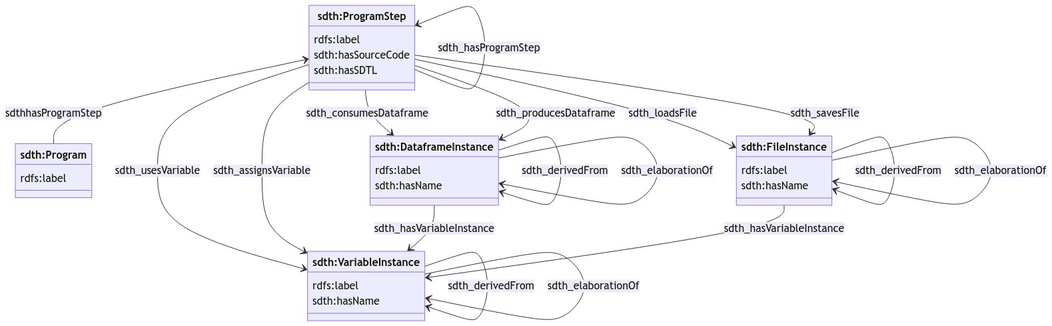
Before: SDTH/doc/assets/sdth_diagram.png, a diagram exported from Mermaid (ddialliance/sdtl). Its source is kept beside it as SDTH/doc/assets/sdth_diagram.mmd. The source it was exported from:
````mermaid
classDiagram

  class Program["sdth:Program"] {
    rdfs:label
  }
  class ProgramStep["sdth:ProgramStep"] {
    rdfs:label
    sdth:hasSourceCode
    sdth:hasSDTL
  }
  class VariableInstance["sdth:VariableInstance"] {
    rdfs:label
    sdth:hasName
  }
  class DataframeInstance["sdth:DataframeInstance"] {
    rdfs:label
    sdth:hasName
  }

class FileInstance["sdth:FileInstance"] {
    rdfs:label
    sdth:hasName
  }


  ProgramStep <-- Program : sdthhasProgramStep
  ProgramStep <-- ProgramStep : sdth_hasProgramStep

  ProgramStep --> VariableInstance : sdth_usesVariable
  ProgramStep --> VariableInstance : sdth_assignsVariable
  ProgramStep --> DataframeInstance : sdth_consumesDataframe
  ProgramStep --> DataframeInstance : sdth_producesDataframe

  ProgramStep --> FileInstance : sdth_loadsFile
  ProgramStep --> FileInstance : sdth_savesFile


  DataframeInstance --> VariableInstance : sdth_hasVariableInstance
  FileInstance --> VariableInstance : sdth_hasVariableInstance


  DataframeInstance --> DataframeInstance : sdth_derivedFrom
  DataframeInstance --> DataframeInstance : sdth_elaborationOf

  FileInstance --> FileInstance : sdth_derivedFrom
  FileInstance --> FileInstance : sdth_elaborationOf
  VariableInstance --> VariableInstance : sdth_derivedFrom
  VariableInstance --> VariableInstance : sdth_elaborationOf

```
````
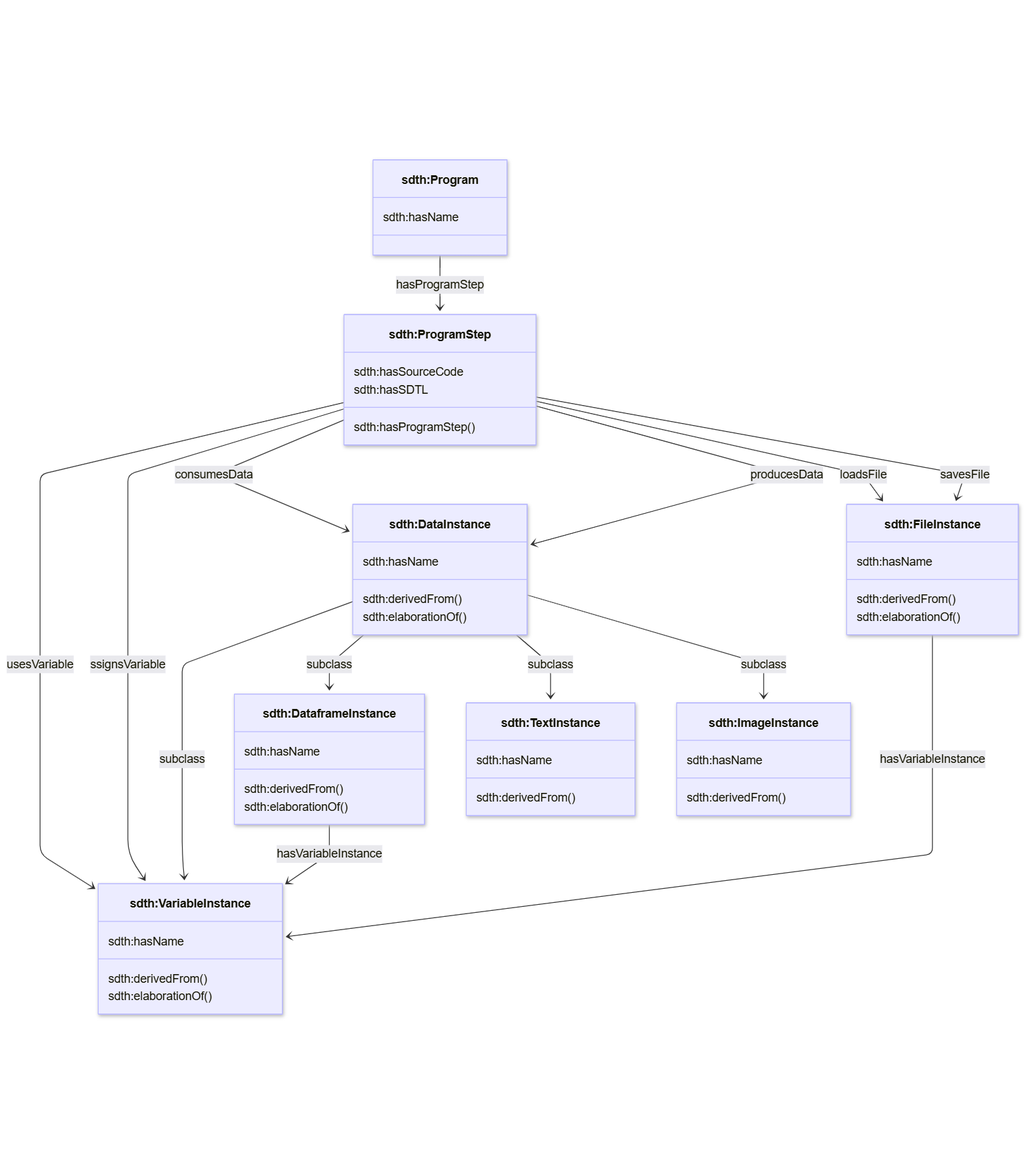
Later version of the same file.

Commit message:
sdth extension

Change to the diagram source:
````diff
@@ -1,50 +1,68 @@
+%%{init: {'theme': 'default', 'themeCSS': 'svg { background-color: white; }'}}%%
+
 classDiagram
 
+  class DataInstance["sdth:DataInstance"] {
+    sdth:hasName
+    sdth:derivedFrom()
+    sdth:elaborationOf()
+  }
   class Program["sdth:Program"] {
-    rdfs:label
-  }
+    sdth:hasName
+     }
+
   class ProgramStep["sdth:ProgramStep"] {
-    rdfs:label
     sdth:hasSourceCode
     sdth:hasSDTL
+    sdth:hasProgramStep()
   }
-  class VariableInstance["sdth:VariableInstance"] {
-    rdfs:label
+ class FileInstance["sdth:FileInstance"] {
     sdth:hasName
+    sdth:derivedFrom()
+    sdth:elaborationOf()
   }
   class DataframeInstance["sdth:DataframeInstance"] {
-    rdfs:label
     sdth:hasName
+    sdth:derivedFrom()
+    sdth:elaborationOf()
   }
 
-class FileInstance["sdth:FileInstance"] {
-    rdfs:label
+  class VariableInstance["sdth:VariableInstance"] {
     sdth:hasName
+    sdth:derivedFrom()
+    sdth:elaborationOf()
+  }
+
+  class TextInstance["sdth:TextInstance"] {
+    sdth:hasName
+    sdth:derivedFrom()
+  }
+  class ImageInstance["sdth:ImageInstance"] {
+    sdth:hasName
+    sdth:derivedFrom()
   }
 
 
-  ProgramStep <-- Program : sdthhasProgramStep
-  ProgramStep <-- ProgramStep : sdth_hasProgramStep
-
-  ProgramStep --> VariableInstance : sdth_usesVariable
-  ProgramStep --> VariableInstance : sdth_assignsVariable
-  ProgramStep --> DataframeInstance : sdth_consumesDataframe
-  ProgramStep --> DataframeInstance : sdth_producesDataframe
-
-  ProgramStep --> FileInstance : sdth_loadsFile
-  ProgramStep --> FileInstance : sdth_savesFile
 
 
-  DataframeInstance --> VariableInstance : sdth_hasVariableInstance
-  FileInstance --> VariableInstance : sdth_hasVariableInstance
+ DataInstance --> VariableInstance  : subclass
+ DataInstance --> DataframeInstance : subclass
+  DataInstance --> TextInstance : subclass
+ DataInstance --> ImageInstance : subclass
 
 
-  DataframeInstance --> DataframeInstance : sdth_derivedFrom
-  DataframeInstance --> DataframeInstance : sdth_elaborationOf
+ Program --> ProgramStep : hasProgramStep
 
-  FileInstance --> FileInstance : sdth_derivedFrom
-  FileInstance --> FileInstance : sdth_elaborationOf
-  VariableInstance --> VariableInstance : sdth_derivedFrom
-  VariableInstance --> VariableInstance : sdth_elaborationOf
+ ProgramStep --> VariableInstance : usesVariable
+ ProgramStep --> VariableInstance : ssignsVariable
+ ProgramStep --> DataInstance : consumesData
+ ProgramStep --> DataInstance : producesData
+ ProgramStep --> FileInstance : loadsFile
+ ProgramStep --> FileInstance : savesFile
 
-```
+
+ DataframeInstance --> VariableInstance : hasVariableInstance
+
+ FileInstance --> VariableInstance : hasVariableInstance
+
+
````
